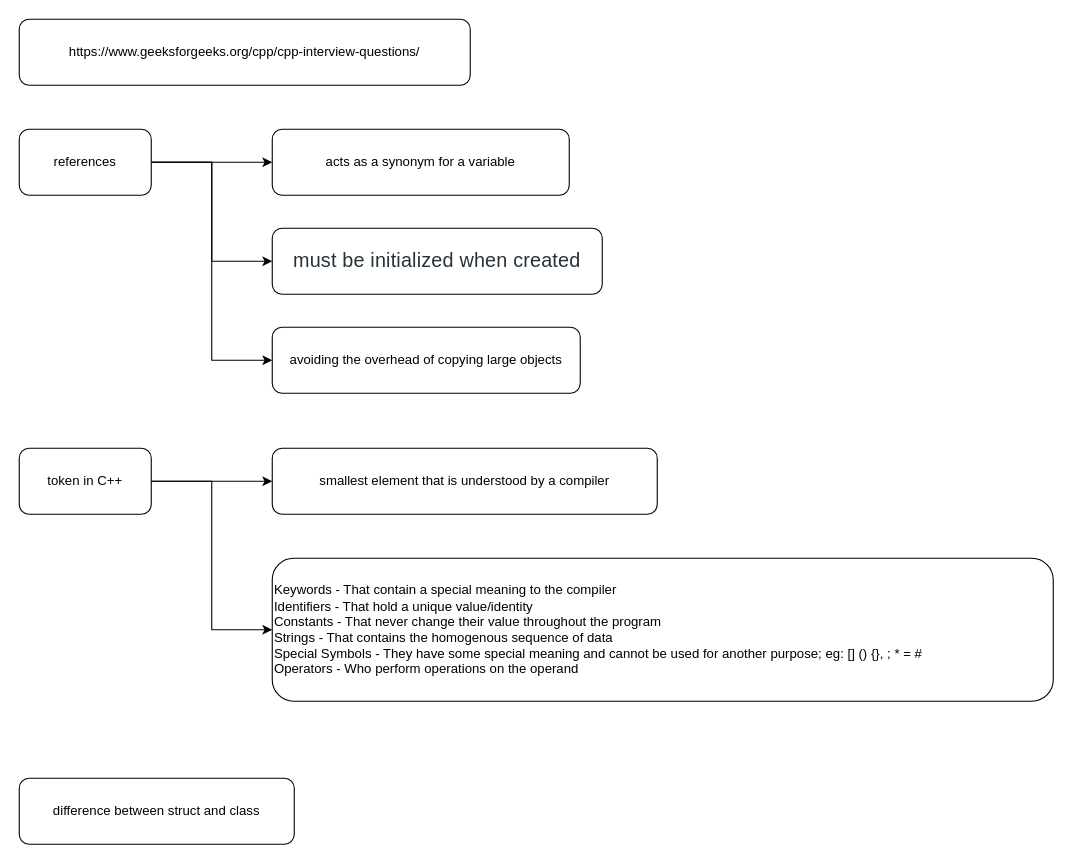
Before: C++ interview questions.drawio in Yupeng-2001/study-notes, a draw.io diagram. Source tidied: cells renumbered, new cells numbered last; positions are measured from the earlier drawing's top-left corner, leaving out a move shared by most shapes. Both pictures are drawn from the tidied source at 110%, with x=0, y=0 at pixel (19, 19).
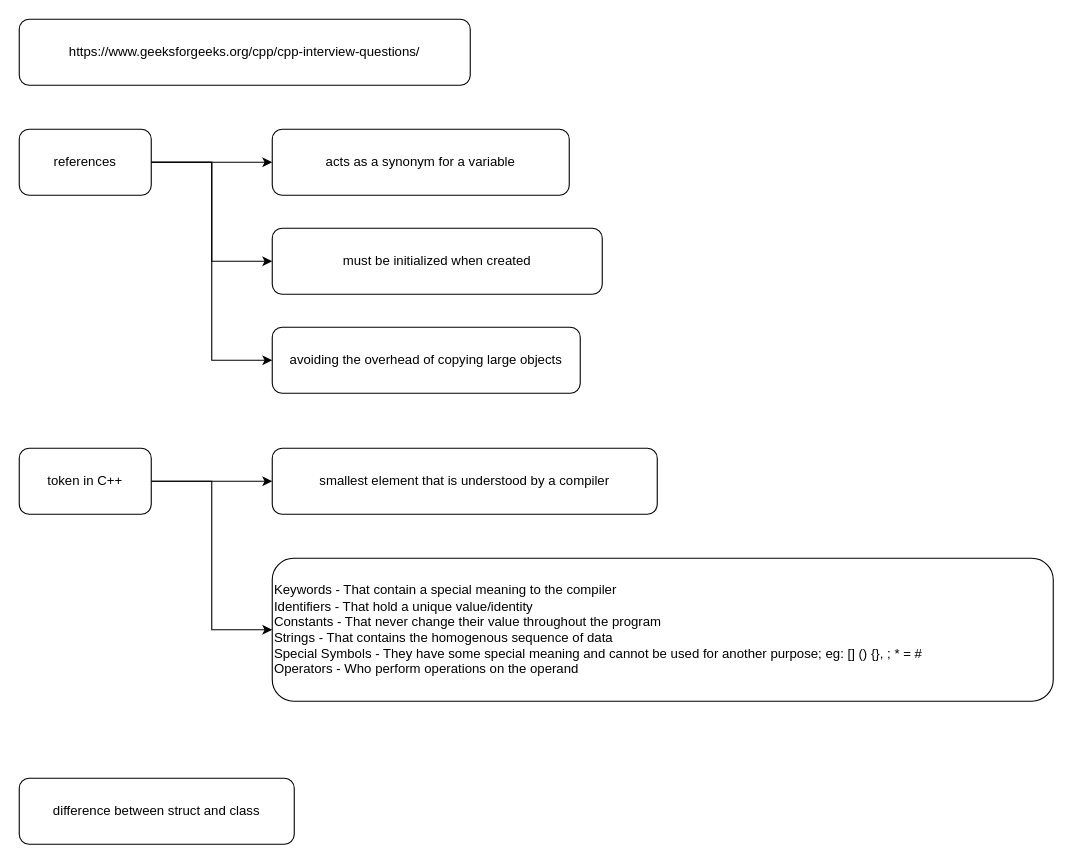
Above is the later version.

The edit, as a diff of the source:
```diff
@@
 <mxGraphModel>
   <root>
     <mxCell id="0" />
     <mxCell id="1" parent="0" />
     <mxCell id="2" value="https://www.geeksforgeeks.org/cpp/cpp-interview-questions/" style="rounded=1;whiteSpace=wrap;html=1;" parent="1" vertex="1">
       <mxGeometry width="410" height="60" as="geometry" />
     </mxCell>
     <mxCell id="3" style="edgeStyle=orthogonalEdgeStyle;rounded=0;jettySize=auto;html=1;" parent="1" edge="1" source="6" target="7">
       <mxGeometry relative="1" as="geometry" />
     </mxCell>
     <mxCell id="4" style="edgeStyle=orthogonalEdgeStyle;rounded=0;jettySize=auto;html=1;entryX=0;entryY=0.5;entryDx=0;entryDy=0;" parent="1" edge="1" source="6" target="8">
       <mxGeometry relative="1" as="geometry" />
     </mxCell>
     <mxCell id="5" style="edgeStyle=orthogonalEdgeStyle;rounded=0;jettySize=auto;html=1;entryX=0;entryY=0.5;entryDx=0;entryDy=0;" parent="1" edge="1" source="6" target="9">
       <mxGeometry relative="1" as="geometry" />
     </mxCell>
     <mxCell id="6" value="references" style="rounded=1;whiteSpace=wrap;html=1;" parent="1" vertex="1">
       <mxGeometry y="100" width="120" height="60" as="geometry" />
     </mxCell>
     <mxCell id="7" value="acts as a synonym for a variable" style="rounded=1;whiteSpace=wrap;html=1;" parent="1" vertex="1">
       <mxGeometry x="230" y="100" width="270" height="60" as="geometry" />
     </mxCell>
-    <mxCell id="8" value="&lt;span style=&quot;color: rgb(39, 50, 57); font-family: Nunito, sans-serif; font-size: 18px; letter-spacing: 0.162px; text-align: justify; background-color: rgb(255, 255, 255);&quot;&gt;must be initialized when created&lt;/span&gt;" style="rounded=1;whiteSpace=wrap;html=1;" parent="1" vertex="1">
+    <mxCell id="8" value="must be initialized when created" style="rounded=1;whiteSpace=wrap;strokeColor=default;align=center;verticalAlign=middle;fontFamily=Helvetica;fontSize=12;fontColor=default;fillColor=default;fontStyle=0;html=1;" parent="1" vertex="1">
       <mxGeometry x="230" y="190" width="300" height="60" as="geometry" />
     </mxCell>
     <mxCell id="9" value="avoiding the overhead of copying large objects" style="rounded=1;whiteSpace=wrap;html=1;" parent="1" vertex="1">
       <mxGeometry x="230" y="280" width="280" height="60" as="geometry" />
     </mxCell>
     <mxCell id="10" style="edgeStyle=orthogonalEdgeStyle;rounded=0;jettySize=auto;html=1;" parent="1" edge="1" source="12" target="13">
       <mxGeometry relative="1" as="geometry" />
     </mxCell>
     <mxCell id="11" style="edgeStyle=orthogonalEdgeStyle;rounded=0;jettySize=auto;html=1;entryX=0;entryY=0.5;entryDx=0;entryDy=0;" parent="1" edge="1" source="12" target="14">
       <mxGeometry relative="1" as="geometry" />
     </mxCell>
     <mxCell id="12" value="token in C++" style="rounded=1;whiteSpace=wrap;html=1;" parent="1" vertex="1">
       <mxGeometry y="390" width="120" height="60" as="geometry" />
     </mxCell>
     <mxCell id="13" value="smallest element that is understood by a compiler" style="rounded=1;whiteSpace=wrap;html=1;" parent="1" vertex="1">
       <mxGeometry x="230" y="390" width="350" height="60" as="geometry" />
     </mxCell>
     <mxCell id="14" value="&lt;div&gt;Keywords - That contain a special meaning to the compiler&lt;/div&gt;&lt;div&gt;Identifiers - That hold a unique value/identity&amp;nbsp;&lt;/div&gt;&lt;div&gt;Constants - That never change their value throughout the program&amp;nbsp;&lt;/div&gt;&lt;div&gt;Strings - That contains the homogenous sequence of data&amp;nbsp;&lt;/div&gt;&lt;div&gt;Special Symbols - They have some special meaning and cannot be used for another purpose; eg: [] () {}, ; * = #&amp;nbsp;&lt;/div&gt;&lt;div&gt;Operators - Who perform operations on the operand&lt;/div&gt;" style="rounded=1;whiteSpace=wrap;html=1;align=left;" parent="1" vertex="1">
       <mxGeometry x="230" y="490" width="710" height="130" as="geometry" />
     </mxCell>
     <mxCell id="15" value="difference between struct and class" style="rounded=1;whiteSpace=wrap;html=1;" parent="1" vertex="1">
       <mxGeometry y="690" width="250" height="60" as="geometry" />
     </mxCell>
   </root>
 </mxGraphModel>
```
